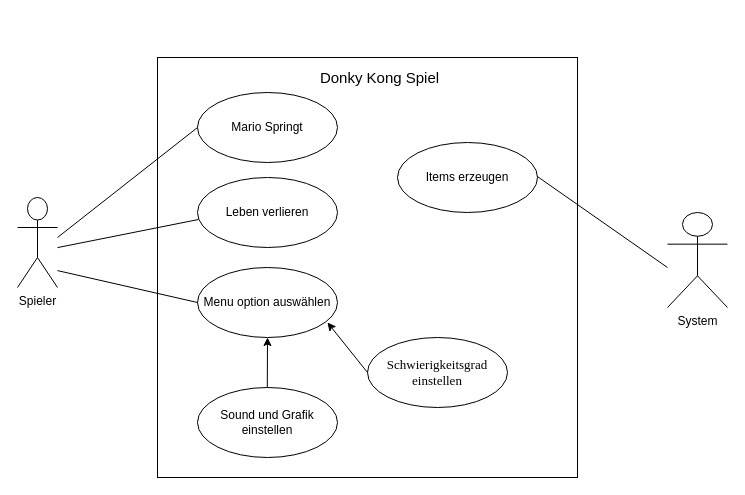
Before: aufgabe5/Aufgabe5.drawio in dbartussek/SEProjekt, a draw.io diagram. Source tidied: cells renumbered, new cells numbered last; positions are measured from the earlier drawing's top-left corner, leaving out a move shared by most shapes. Both pictures are drawn from the tidied source at 100%, with x=0, y=0 at pixel (17, 57).
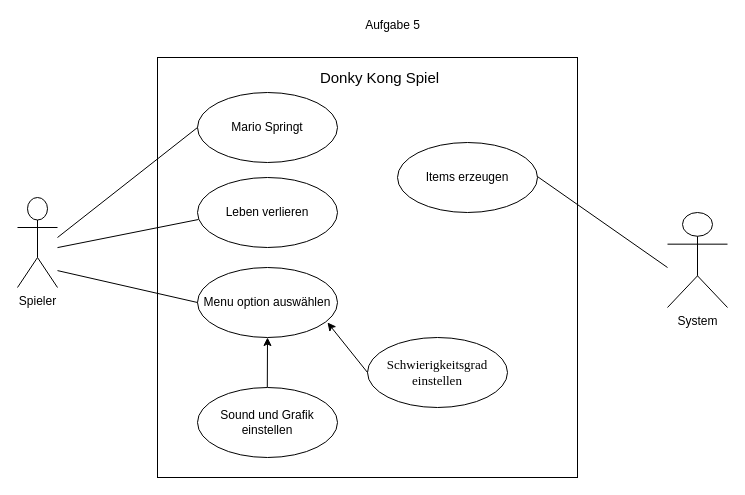
After the change.

What changed in the source:
```diff
@@
+    <mxCell id="18" value="&lt;div&gt;Aufgabe 5&lt;/div&gt;&lt;div&gt;&lt;br&gt;&lt;/div&gt;" style="text;html=1;align=center;verticalAlign=middle;" parent="1" vertex="1">
+      <mxGeometry x="340" y="-40" width="70" height="30" as="geometry" />
+    </mxCell>
```
